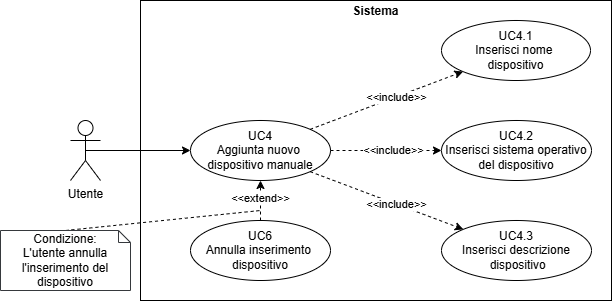
This is src/images/diagrammiUML/UC-4.png from CoderiusGroup/Documentazione, a draw.io export, as it was before one commit. Source tidied: cells renumbered, new cells last; positions are measured from the earlier drawing's top-left corner, leaving out a move shared by most shapes. Its diagram source:
```xml
<mxGraphModel>
  <root>
    <mxCell id="0" />
    <mxCell id="1" parent="0" />
    <mxCell id="2" value="&lt;p style=&quot;margin:0px;margin-top:4px;text-align:center;&quot;&gt;&lt;b&gt;Sistema&lt;/b&gt;&lt;/p&gt;" style="verticalAlign=top;align=left;overflow=fill;html=1;whiteSpace=wrap;fontColor=#000000;" parent="1" vertex="1">
      <mxGeometry x="140" width="471" height="300" as="geometry" />
    </mxCell>
    <mxCell id="3" style="edgeStyle=orthogonalEdgeStyle;rounded=0;jettySize=auto;html=1;exitX=0.5;exitY=0.5;exitDx=0;exitDy=0;exitPerimeter=0;entryX=0;entryY=0.5;entryDx=0;entryDy=0;" parent="1" edge="1" source="4" target="7">
      <mxGeometry relative="1" as="geometry" />
    </mxCell>
    <mxCell id="4" value="Utente" style="shape=umlActor;verticalLabelPosition=bottom;verticalAlign=top;html=1;outlineConnect=0;" parent="1" vertex="1">
      <mxGeometry x="70" y="120" width="30" height="60" as="geometry" />
    </mxCell>
    <mxCell id="5" style="rounded=0;jettySize=auto;html=1;exitX=1;exitY=0;exitDx=0;exitDy=0;entryX=0;entryY=1;entryDx=0;entryDy=0;dashed=1;endArrow=classic;endFill=1;" parent="1" edge="1" source="7" target="8">
      <mxGeometry relative="1" as="geometry" />
    </mxCell>
    <mxCell id="6" value="&amp;lt;&amp;lt;include&amp;gt;&amp;gt;" style="edgeLabel;html=1;align=center;verticalAlign=middle;" parent="5" vertex="1">
      <mxGeometry x="0.13" relative="1" as="geometry" />
    </mxCell>
    <mxCell id="7" value="UC4&lt;div&gt;Aggiunta nuovo&amp;nbsp;&lt;/div&gt;&lt;div&gt;dispositivo manuale&lt;/div&gt;" style="ellipse;html=1;whiteSpace=wrap;" parent="1" vertex="1">
      <mxGeometry x="190" y="120" width="140" height="60" as="geometry" />
    </mxCell>
    <mxCell id="8" value="UC4.1&lt;div&gt;Inserisci nome&amp;nbsp;&lt;/div&gt;&lt;div&gt;dispositivo&lt;/div&gt;" style="ellipse;html=1;whiteSpace=wrap;" parent="1" vertex="1">
      <mxGeometry x="441" y="20" width="149" height="60" as="geometry" />
    </mxCell>
    <mxCell id="9" value="UC4.2&lt;div&gt;Inserisci sistema operativo&lt;/div&gt;&lt;div&gt;del dispositivo&lt;/div&gt;" style="ellipse;html=1;whiteSpace=wrap;" parent="1" vertex="1">
      <mxGeometry x="441" y="120" width="150" height="60" as="geometry" />
    </mxCell>
    <mxCell id="10" value="UC4.3&lt;div&gt;Inserisci descrizione&lt;/div&gt;&lt;div&gt;&amp;nbsp;dispositivo&lt;/div&gt;" style="ellipse;html=1;whiteSpace=wrap;" parent="1" vertex="1">
      <mxGeometry x="441" y="220" width="150" height="60" as="geometry" />
    </mxCell>
    <mxCell id="11" style="rounded=0;jettySize=auto;html=1;exitX=1;exitY=0.5;exitDx=0;exitDy=0;entryX=0;entryY=0.5;entryDx=0;entryDy=0;dashed=1;endArrow=classic;endFill=1;" parent="1" edge="1" source="7" target="9">
      <mxGeometry relative="1" as="geometry" />
    </mxCell>
    <mxCell id="12" value="&amp;lt;&amp;lt;include&amp;gt;&amp;gt;" style="edgeLabel;html=1;align=center;verticalAlign=middle;" parent="11" vertex="1">
      <mxGeometry x="0.13" relative="1" as="geometry" />
    </mxCell>
    <mxCell id="13" style="rounded=0;jettySize=auto;html=1;exitX=1;exitY=1;exitDx=0;exitDy=0;entryX=0;entryY=0;entryDx=0;entryDy=0;dashed=1;endArrow=classic;endFill=1;" parent="1" edge="1" source="7" target="10">
      <mxGeometry relative="1" as="geometry" />
    </mxCell>
    <mxCell id="14" value="&amp;lt;&amp;lt;include&amp;gt;&amp;gt;" style="edgeLabel;html=1;align=center;verticalAlign=middle;" parent="13" vertex="1">
      <mxGeometry x="0.13" relative="1" as="geometry" />
    </mxCell>
    <mxCell id="15" value="UC6&lt;div&gt;Annulla inserimento&amp;nbsp;&lt;/div&gt;&lt;div&gt;dispositivo&lt;/div&gt;" style="ellipse;html=1;whiteSpace=wrap;" parent="1" vertex="1">
      <mxGeometry x="190" y="220" width="140" height="60" as="geometry" />
    </mxCell>
    <mxCell id="16" style="rounded=0;jettySize=auto;html=1;exitX=0.5;exitY=0;exitDx=0;exitDy=0;dashed=1;endArrow=classic;endFill=1;entryX=0.5;entryY=1;entryDx=0;entryDy=0;" parent="1" edge="1" source="15" target="7">
      <mxGeometry relative="1" as="geometry" />
    </mxCell>
    <mxCell id="17" value="&amp;lt;&amp;lt;extend&amp;gt;&amp;gt;" style="edgeLabel;html=1;align=center;verticalAlign=middle;" parent="16" vertex="1">
      <mxGeometry x="0.13" relative="1" as="geometry" />
    </mxCell>
    <mxCell id="18" style="rounded=0;jettySize=auto;html=1;exitX=0.5;exitY=0;exitDx=0;exitDy=0;exitPerimeter=0;dashed=1;endArrow=none;endFill=0;" parent="1" edge="1" source="19">
      <mxGeometry relative="1" as="geometry">
        <mxPoint x="260" y="210" as="targetPoint" />
      </mxGeometry>
    </mxCell>
    <mxCell id="19" value="&lt;div&gt;Condizione:&lt;/div&gt;&lt;div&gt;L'utente annulla&lt;/div&gt;&lt;div&gt;l'inserimento del dispositivo&lt;/div&gt;" style="shape=note;size=12;whiteSpace=wrap;html=1;fillColor=light-dark(#FFFFFF,#FEFFDD);strokeColor=#36393d;gradientColor=none;fillStyle=solid;fontColor=light-dark(#000000,#000000);labelBackgroundColor=none;" parent="1" vertex="1">
      <mxGeometry y="230" width="130" height="60" as="geometry" />
    </mxCell>
  </root>
</mxGraphModel>
```
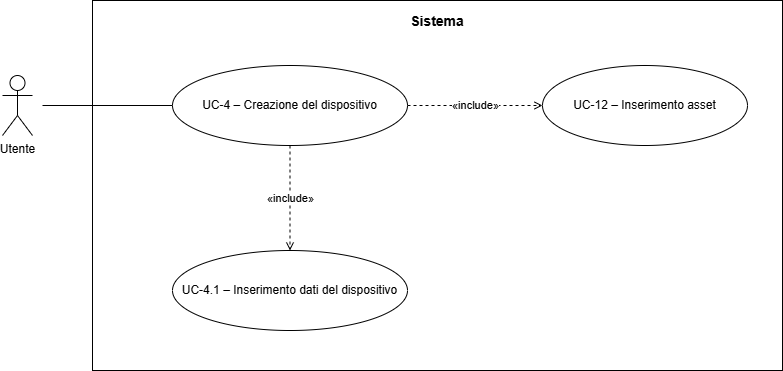
The same diagram one commit later.

The edit, as a diff of the source:
```diff
@@ -2,61 +2,31 @@
   <root>
     <mxCell id="0" />
     <mxCell id="1" parent="0" />
-    <mxCell id="2" value="&lt;p style=&quot;margin:0px;margin-top:4px;text-align:center;&quot;&gt;&lt;b&gt;Sistema&lt;/b&gt;&lt;/p&gt;" style="verticalAlign=top;align=left;overflow=fill;html=1;whiteSpace=wrap;fontColor=#000000;" parent="1" vertex="1">
-      <mxGeometry x="140" width="471" height="300" as="geometry" />
+    <mxCell id="2" value="&lt;b&gt;Sistema&lt;/b&gt;" style="rounded=0;whiteSpace=wrap;html=1;fillColor=none;strokeColor=#000000;strokeWidth=1;align=center;verticalAlign=top;fontSize=14;spacingTop=6;fontStyle=0;" parent="1" vertex="1">
+      <mxGeometry x="-9" y="-140" width="690" height="370" as="geometry" />
     </mxCell>
-    <mxCell id="3" style="edgeStyle=orthogonalEdgeStyle;rounded=0;jettySize=auto;html=1;exitX=0.5;exitY=0.5;exitDx=0;exitDy=0;exitPerimeter=0;entryX=0;entryY=0.5;entryDx=0;entryDy=0;" parent="1" edge="1" source="4" target="7">
-      <mxGeometry relative="1" as="geometry" />
-    </mxCell>
     <mxCell id="4" value="Utente" style="shape=umlActor;verticalLabelPosition=bottom;verticalAlign=top;html=1;outlineConnect=0;" parent="1" vertex="1">
-      <mxGeometry x="70" y="120" width="30" height="60" as="geometry" />
+      <mxGeometry x="-99" y="-65" width="30" height="60" as="geometry" />
     </mxCell>
-    <mxCell id="5" style="rounded=0;jettySize=auto;html=1;exitX=1;exitY=0;exitDx=0;exitDy=0;entryX=0;entryY=1;entryDx=0;entryDy=0;dashed=1;endArrow=classic;endFill=1;" parent="1" edge="1" source="7" target="8">
-      <mxGeometry relative="1" as="geometry" />
-    </mxCell>
-    <mxCell id="6" value="&amp;lt;&amp;lt;include&amp;gt;&amp;gt;" style="edgeLabel;html=1;align=center;verticalAlign=middle;" parent="5" vertex="1">
-      <mxGeometry x="0.13" relative="1" as="geometry" />
-    </mxCell>
-    <mxCell id="7" value="UC4&lt;div&gt;Aggiunta nuovo&amp;nbsp;&lt;/div&gt;&lt;div&gt;dispositivo manuale&lt;/div&gt;" style="ellipse;html=1;whiteSpace=wrap;" parent="1" vertex="1">
-      <mxGeometry x="190" y="120" width="140" height="60" as="geometry" />
-    </mxCell>
-    <mxCell id="8" value="UC4.1&lt;div&gt;Inserisci nome&amp;nbsp;&lt;/div&gt;&lt;div&gt;dispositivo&lt;/div&gt;" style="ellipse;html=1;whiteSpace=wrap;" parent="1" vertex="1">
-      <mxGeometry x="441" y="20" width="149" height="60" as="geometry" />
-    </mxCell>
-    <mxCell id="9" value="UC4.2&lt;div&gt;Inserisci sistema operativo&lt;/div&gt;&lt;div&gt;del dispositivo&lt;/div&gt;" style="ellipse;html=1;whiteSpace=wrap;" parent="1" vertex="1">
-      <mxGeometry x="441" y="120" width="150" height="60" as="geometry" />
-    </mxCell>
-    <mxCell id="10" value="UC4.3&lt;div&gt;Inserisci descrizione&lt;/div&gt;&lt;div&gt;&amp;nbsp;dispositivo&lt;/div&gt;" style="ellipse;html=1;whiteSpace=wrap;" parent="1" vertex="1">
-      <mxGeometry x="441" y="220" width="150" height="60" as="geometry" />
-    </mxCell>
-    <mxCell id="11" style="rounded=0;jettySize=auto;html=1;exitX=1;exitY=0.5;exitDx=0;exitDy=0;entryX=0;entryY=0.5;entryDx=0;entryDy=0;dashed=1;endArrow=classic;endFill=1;" parent="1" edge="1" source="7" target="9">
-      <mxGeometry relative="1" as="geometry" />
-    </mxCell>
-    <mxCell id="12" value="&amp;lt;&amp;lt;include&amp;gt;&amp;gt;" style="edgeLabel;html=1;align=center;verticalAlign=middle;" parent="11" vertex="1">
-      <mxGeometry x="0.13" relative="1" as="geometry" />
-    </mxCell>
-    <mxCell id="13" style="rounded=0;jettySize=auto;html=1;exitX=1;exitY=1;exitDx=0;exitDy=0;entryX=0;entryY=0;entryDx=0;entryDy=0;dashed=1;endArrow=classic;endFill=1;" parent="1" edge="1" source="7" target="10">
-      <mxGeometry relative="1" as="geometry" />
-    </mxCell>
-    <mxCell id="14" value="&amp;lt;&amp;lt;include&amp;gt;&amp;gt;" style="edgeLabel;html=1;align=center;verticalAlign=middle;" parent="13" vertex="1">
-      <mxGeometry x="0.13" relative="1" as="geometry" />
-    </mxCell>
-    <mxCell id="15" value="UC6&lt;div&gt;Annulla inserimento&amp;nbsp;&lt;/div&gt;&lt;div&gt;dispositivo&lt;/div&gt;" style="ellipse;html=1;whiteSpace=wrap;" parent="1" vertex="1">
-      <mxGeometry x="190" y="220" width="140" height="60" as="geometry" />
-    </mxCell>
-    <mxCell id="16" style="rounded=0;jettySize=auto;html=1;exitX=0.5;exitY=0;exitDx=0;exitDy=0;dashed=1;endArrow=classic;endFill=1;entryX=0.5;entryY=1;entryDx=0;entryDy=0;" parent="1" edge="1" source="15" target="7">
-      <mxGeometry relative="1" as="geometry" />
-    </mxCell>
-    <mxCell id="17" value="&amp;lt;&amp;lt;extend&amp;gt;&amp;gt;" style="edgeLabel;html=1;align=center;verticalAlign=middle;" parent="16" vertex="1">
-      <mxGeometry x="0.13" relative="1" as="geometry" />
-    </mxCell>
-    <mxCell id="18" style="rounded=0;jettySize=auto;html=1;exitX=0.5;exitY=0;exitDx=0;exitDy=0;exitPerimeter=0;dashed=1;endArrow=none;endFill=0;" parent="1" edge="1" source="19">
-      <mxGeometry relative="1" as="geometry">
-        <mxPoint x="260" y="210" as="targetPoint" />
-      </mxGeometry>
-    </mxCell>
-    <mxCell id="19" value="&lt;div&gt;Condizione:&lt;/div&gt;&lt;div&gt;L'utente annulla&lt;/div&gt;&lt;div&gt;l'inserimento del dispositivo&lt;/div&gt;" style="shape=note;size=12;whiteSpace=wrap;html=1;fillColor=light-dark(#FFFFFF,#FEFFDD);strokeColor=#36393d;gradientColor=none;fillStyle=solid;fontColor=light-dark(#000000,#000000);labelBackgroundColor=none;" parent="1" vertex="1">
-      <mxGeometry y="230" width="130" height="60" as="geometry" />
-    </mxCell>
+    <mxCell id="20" value="UC-4 – Creazione del dispositivo" style="ellipse;whiteSpace=wrap;html=1;fillColor=#ffffff;strokeColor=#000000;strokeWidth=1;fontSize=12;" parent="1" vertex="1">
+      <mxGeometry x="71" y="-75" width="235" height="80" as="geometry" />
+    </mxCell>
+    <mxCell id="21" value="UC-12 – Inserimento asset" style="ellipse;whiteSpace=wrap;html=1;fillColor=#ffffff;strokeColor=#000000;strokeWidth=1;fontSize=12;" parent="1" vertex="1">
+      <mxGeometry x="441" y="-75" width="205" height="80" as="geometry" />
+    </mxCell>
+    <mxCell id="22" value="UC-4.1 – Inserimento dati del dispositivo" style="ellipse;whiteSpace=wrap;html=1;fillColor=#ffffff;strokeColor=#000000;strokeWidth=1;fontSize=12;" parent="1" vertex="1">
+      <mxGeometry x="71" y="110" width="235" height="80" as="geometry" />
+    </mxCell>
+    <mxCell id="23" style="endArrow=none;html=1;strokeColor=#000000;strokeWidth=1;entryX=0;entryY=0.5;entryDx=0;entryDy=0;" parent="1" edge="1" target="20">
+      <mxGeometry relative="1" as="geometry">
+        <mxPoint x="-59" y="-35" as="sourcePoint" />
+      </mxGeometry>
+    </mxCell>
+    <mxCell id="24" value="«include»" style="dashed=1;endArrow=open;endFill=0;html=1;strokeColor=#000000;strokeWidth=1;fontSize=11;exitX=0.5;exitY=1;exitDx=0;exitDy=0;entryX=0.5;entryY=0;entryDx=0;entryDy=0;" parent="1" edge="1" source="20" target="22">
+      <mxGeometry relative="1" as="geometry" />
+    </mxCell>
+    <mxCell id="25" value="«include»" style="dashed=1;endArrow=open;endFill=0;html=1;strokeColor=#000000;strokeWidth=1;fontSize=11;exitX=1;exitY=0.5;exitDx=0;exitDy=0;entryX=0;entryY=0.5;entryDx=0;entryDy=0;" parent="1" edge="1" source="20" target="21">
+      <mxGeometry relative="1" as="geometry" />
+    </mxCell>
   </root>
 </mxGraphModel>
```
